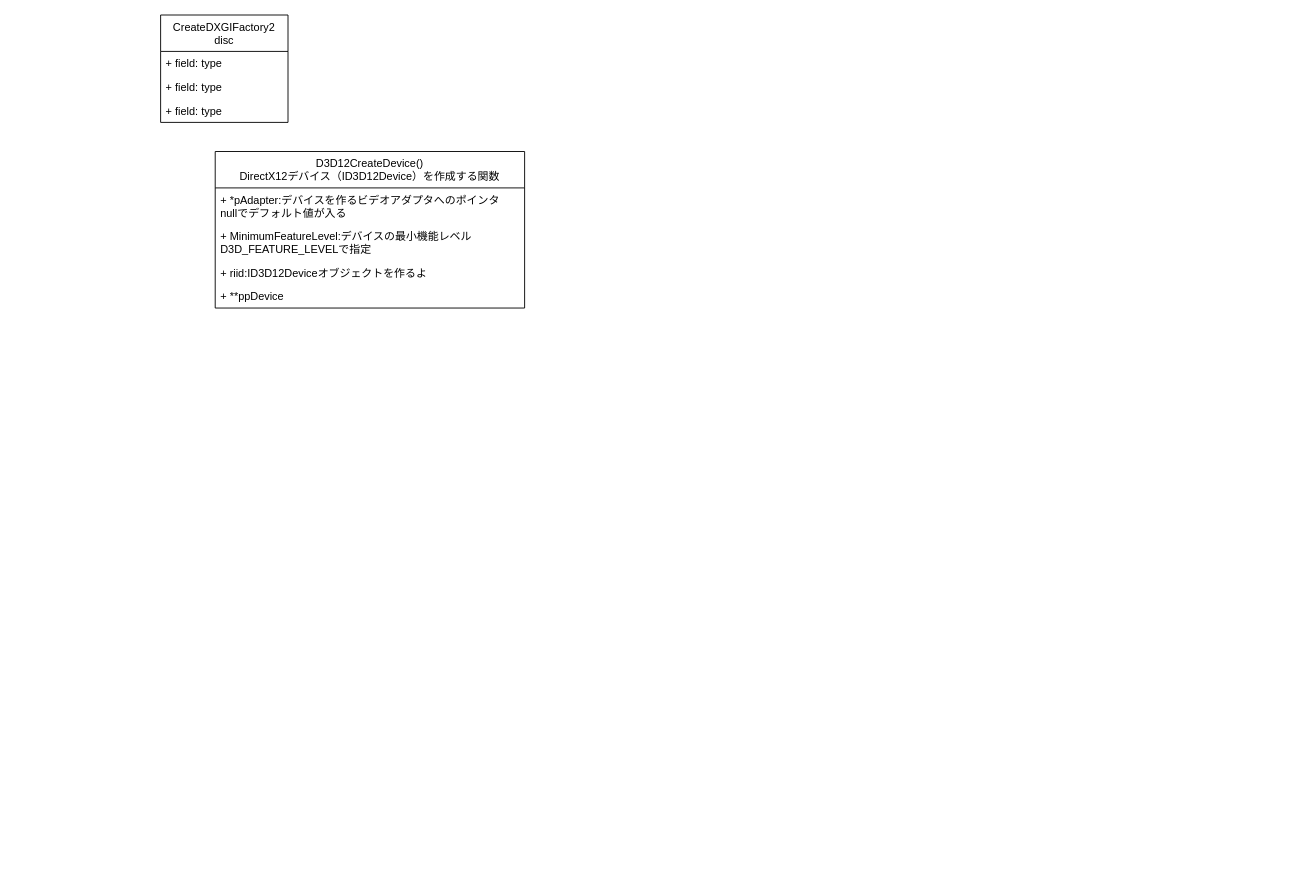
Above: page "ページ2" (2 of 2) of Directx12Overview.drawio in KominamiYuto/mypage (draw.io), before the change. Source tidied: cells renumbered, new cells numbered last; positions are measured from the earlier drawing's top-left corner, leaving out a move shared by most shapes. Both pictures are drawn from the tidied source at 91%, with x=0, y=0 at pixel (160, 15).
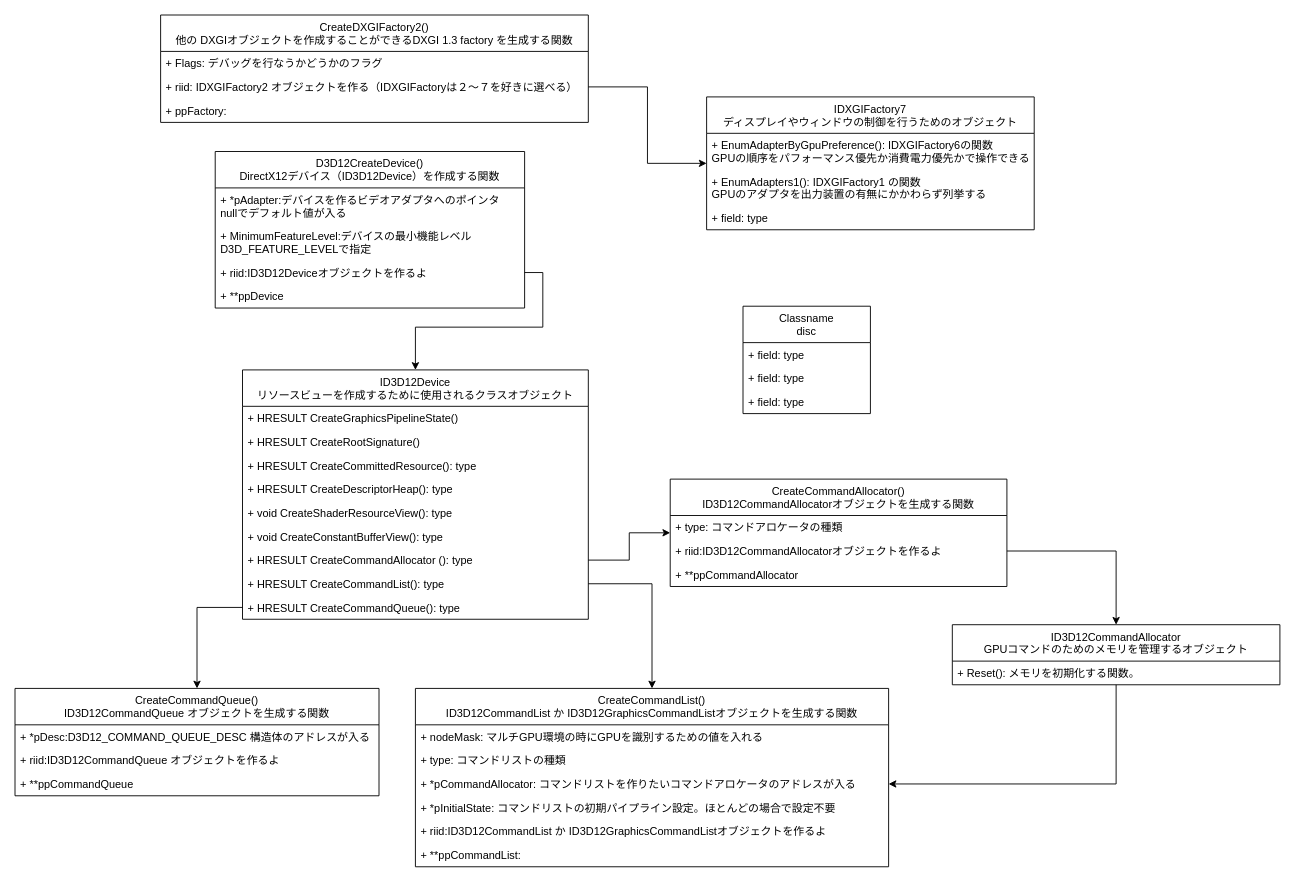
Above is the later version.

Commit message:
Directx12Overview.drawio を更新します

Unchanged cells that the change refers to:
```xml
<mxCell id="5" value="+ riid:ID3D12Deviceオブジェクトを作るよ" style="text;strokeColor=none;fillColor=none;align=left;verticalAlign=top;spacingLeft=4;spacingRight=4;overflow=hidden;points=[[0,0.5],[1,0.5]];portConstraint=eastwest;" parent="2" vertex="1">
  <mxGeometry y="120" width="340" height="26" as="geometry" />
</mxCell>
```

The edit, as a diff of the source:
```diff
@@
-    <mxCell id="7" value="CreateDXGIFactory2&#10;disc" style="swimlane;fontStyle=0;horizontal=1;startSize=40;fillColor=none;" parent="1" vertex="1">
-      <mxGeometry width="140" height="118" as="geometry" />
+    <mxCell id="7" value="CreateDXGIFactory2()&#10;他の DXGIオブジェクトを作成することができるDXGI 1.3 factory を生成する関数" style="swimlane;fontStyle=0;horizontal=1;startSize=40;fillColor=none;" parent="1" vertex="1">
+      <mxGeometry width="470" height="118" as="geometry" />
     </mxCell>
-    <mxCell id="8" value="+ field: type" style="text;strokeColor=none;fillColor=none;align=left;verticalAlign=top;spacingLeft=4;spacingRight=4;overflow=hidden;" parent="7" vertex="1">
-      <mxGeometry y="40" width="140" height="26" as="geometry" />
+    <mxCell id="8" value="+ Flags: デバッグを行なうかどうかのフラグ" style="text;strokeColor=none;fillColor=none;align=left;verticalAlign=top;spacingLeft=4;spacingRight=4;overflow=hidden;" parent="7" vertex="1">
+      <mxGeometry y="40" width="470" height="26" as="geometry" />
     </mxCell>
-    <mxCell id="9" value="+ field: type" style="text;strokeColor=none;fillColor=none;align=left;verticalAlign=top;spacingLeft=4;spacingRight=4;overflow=hidden;points=[[0,0.5],[1,0.5]];portConstraint=eastwest;" parent="7" vertex="1">
-      <mxGeometry y="66" width="140" height="26" as="geometry" />
+    <mxCell id="9" value="+ riid: IDXGIFactory2 オブジェクトを作る（IDXGIFactoryは２～７を好きに選べる）" style="text;strokeColor=none;fillColor=none;align=left;verticalAlign=top;spacingLeft=4;spacingRight=4;overflow=hidden;points=[[0,0.5],[1,0.5]];portConstraint=eastwest;" parent="7" vertex="1">
+      <mxGeometry y="66" width="470" height="26" as="geometry" />
     </mxCell>
-    <mxCell id="10" value="+ field: type" style="text;strokeColor=none;fillColor=none;align=left;verticalAlign=top;spacingLeft=4;spacingRight=4;overflow=hidden;" parent="7" vertex="1">
-      <mxGeometry y="92" width="140" height="26" as="geometry" />
+    <mxCell id="10" value="+ ppFactory: " style="text;strokeColor=none;fillColor=none;align=left;verticalAlign=top;spacingLeft=4;spacingRight=4;overflow=hidden;" parent="7" vertex="1">
+      <mxGeometry y="92" width="470" height="26" as="geometry" />
     </mxCell>
+    <mxCell id="11" value="Classname&#10;disc" style="swimlane;fontStyle=0;horizontal=1;startSize=40;fillColor=none;" parent="1" vertex="1">
+      <mxGeometry x="640" y="320" width="140" height="118" as="geometry" />
+    </mxCell>
+    <mxCell id="12" value="+ field: type" style="text;strokeColor=none;fillColor=none;align=left;verticalAlign=top;spacingLeft=4;spacingRight=4;overflow=hidden;" parent="11" vertex="1">
+      <mxGeometry y="40" width="140" height="26" as="geometry" />
+    </mxCell>
+    <mxCell id="13" value="+ field: type" style="text;strokeColor=none;fillColor=none;align=left;verticalAlign=top;spacingLeft=4;spacingRight=4;overflow=hidden;" parent="11" vertex="1">
+      <mxGeometry y="66" width="140" height="26" as="geometry" />
+    </mxCell>
+    <mxCell id="14" value="+ field: type" style="text;strokeColor=none;fillColor=none;align=left;verticalAlign=top;spacingLeft=4;spacingRight=4;overflow=hidden;" parent="11" vertex="1">
+      <mxGeometry y="92" width="140" height="26" as="geometry" />
+    </mxCell>
+    <mxCell id="15" value="ID3D12Device&#10;リソースビューを作成するために使用されるクラスオブジェクト" style="swimlane;fontStyle=0;horizontal=1;startSize=40;fillColor=none;" parent="1" vertex="1">
+      <mxGeometry x="90" y="390" width="380" height="274" as="geometry" />
+    </mxCell>
+    <mxCell id="16" value="+ HRESULT CreateGraphicsPipelineState()" style="text;strokeColor=none;fillColor=none;align=left;verticalAlign=top;spacingLeft=4;spacingRight=4;overflow=hidden;" parent="15" vertex="1">
+      <mxGeometry y="40" width="380" height="26" as="geometry" />
+    </mxCell>
+    <mxCell id="17" value="+ HRESULT CreateRootSignature() " style="text;strokeColor=none;fillColor=none;align=left;verticalAlign=top;spacingLeft=4;spacingRight=4;overflow=hidden;" parent="15" vertex="1">
+      <mxGeometry y="66" width="380" height="26" as="geometry" />
+    </mxCell>
+    <mxCell id="18" value="+ HRESULT CreateCommittedResource(): type" style="text;strokeColor=none;fillColor=none;align=left;verticalAlign=top;spacingLeft=4;spacingRight=4;overflow=hidden;" parent="15" vertex="1">
+      <mxGeometry y="92" width="380" height="26" as="geometry" />
+    </mxCell>
+    <mxCell id="19" value="+ HRESULT CreateDescriptorHeap(): type" style="text;strokeColor=none;fillColor=none;align=left;verticalAlign=top;spacingLeft=4;spacingRight=4;overflow=hidden;" parent="15" vertex="1">
+      <mxGeometry y="118" width="380" height="26" as="geometry" />
+    </mxCell>
+    <mxCell id="20" value="+ void CreateShaderResourceView(): type" style="text;strokeColor=none;fillColor=none;align=left;verticalAlign=top;spacingLeft=4;spacingRight=4;overflow=hidden;" parent="15" vertex="1">
+      <mxGeometry y="144" width="380" height="26" as="geometry" />
+    </mxCell>
+    <mxCell id="21" value="+ void CreateConstantBufferView(): type" style="text;strokeColor=none;fillColor=none;align=left;verticalAlign=top;spacingLeft=4;spacingRight=4;overflow=hidden;" parent="15" vertex="1">
+      <mxGeometry y="170" width="380" height="26" as="geometry" />
+    </mxCell>
+    <mxCell id="22" value="+ HRESULT CreateCommandAllocator (): type" style="text;strokeColor=none;fillColor=none;align=left;verticalAlign=top;spacingLeft=4;spacingRight=4;overflow=hidden;points=[[0,0.5],[1,0.5]];portConstraint=eastwest;" parent="15" vertex="1">
+      <mxGeometry y="196" width="380" height="26" as="geometry" />
+    </mxCell>
+    <mxCell id="23" value="+ HRESULT CreateCommandList(): type" style="text;strokeColor=none;fillColor=none;align=left;verticalAlign=top;spacingLeft=4;spacingRight=4;overflow=hidden;points=[[0,0.5],[1,0.5]];portConstraint=eastwest;" parent="15" vertex="1">
+      <mxGeometry y="222" width="380" height="26" as="geometry" />
+    </mxCell>
+    <mxCell id="24" value="+ HRESULT CreateCommandQueue(): type" style="text;strokeColor=none;fillColor=none;align=left;verticalAlign=top;spacingLeft=4;spacingRight=4;overflow=hidden;points=[[0,0.5],[1,0.5]];portConstraint=eastwest;" parent="15" vertex="1">
+      <mxGeometry y="248" width="380" height="26" as="geometry" />
+    </mxCell>
+    <mxCell id="25" style="edgeStyle=orthogonalEdgeStyle;rounded=0;jettySize=auto;html=1;" parent="1" edge="1" source="5" target="15">
+      <mxGeometry relative="1" as="geometry" />
+    </mxCell>
+    <mxCell id="26" value="IDXGIFactory7&#10;ディスプレイやウィンドウの制御を行うためのオブジェクト" style="swimlane;fontStyle=0;horizontal=1;startSize=40;fillColor=none;" parent="1" vertex="1">
+      <mxGeometry x="600" y="90" width="360" height="146" as="geometry" />
+    </mxCell>
+    <mxCell id="27" value="+ EnumAdapterByGpuPreference(): IDXGIFactory6の関数&#10;GPUの順序をパフォーマンス優先か消費電力優先かで操作できる" style="text;strokeColor=none;fillColor=none;align=left;verticalAlign=top;spacingLeft=4;spacingRight=4;overflow=hidden;" parent="26" vertex="1">
+      <mxGeometry y="40" width="360" height="40" as="geometry" />
+    </mxCell>
+    <mxCell id="28" value="+ EnumAdapters1(): IDXGIFactory1 の関数&#10;GPUのアダプタを出力装置の有無にかかわらず列挙する" style="text;strokeColor=none;fillColor=none;align=left;verticalAlign=top;spacingLeft=4;spacingRight=4;overflow=hidden;" parent="26" vertex="1">
+      <mxGeometry y="80" width="360" height="40" as="geometry" />
+    </mxCell>
+    <mxCell id="29" value="+ field: type" style="text;strokeColor=none;fillColor=none;align=left;verticalAlign=top;spacingLeft=4;spacingRight=4;overflow=hidden;" parent="26" vertex="1">
+      <mxGeometry y="120" width="360" height="26" as="geometry" />
+    </mxCell>
+    <mxCell id="30" style="edgeStyle=orthogonalEdgeStyle;rounded=0;jettySize=auto;html=1;" parent="1" edge="1" source="9" target="26">
+      <mxGeometry relative="1" as="geometry" />
+    </mxCell>
+    <mxCell id="31" value="CreateCommandAllocator()&#10;ID3D12CommandAllocatorオブジェクトを生成する関数" style="swimlane;fontStyle=0;horizontal=1;startSize=40;fillColor=none;" parent="1" vertex="1">
+      <mxGeometry x="560" y="510" width="370" height="118" as="geometry" />
+    </mxCell>
+    <mxCell id="32" value="+ type: コマンドアロケータの種類" style="text;strokeColor=none;fillColor=none;align=left;verticalAlign=top;spacingLeft=4;spacingRight=4;overflow=hidden;" parent="31" vertex="1">
+      <mxGeometry y="40" width="370" height="26" as="geometry" />
+    </mxCell>
+    <mxCell id="33" value="+ riid:ID3D12CommandAllocatorオブジェクトを作るよ" style="text;strokeColor=none;fillColor=none;align=left;verticalAlign=top;spacingLeft=4;spacingRight=4;overflow=hidden;points=[[0,0.5],[1,0.5]];portConstraint=eastwest;" parent="31" vertex="1">
+      <mxGeometry y="66" width="370" height="26" as="geometry" />
+    </mxCell>
+    <mxCell id="34" value="+ **ppCommandAllocator" style="text;strokeColor=none;fillColor=none;align=left;verticalAlign=top;spacingLeft=4;spacingRight=4;overflow=hidden;" parent="31" vertex="1">
+      <mxGeometry y="92" width="370" height="26" as="geometry" />
+    </mxCell>
+    <mxCell id="35" style="edgeStyle=orthogonalEdgeStyle;rounded=0;jettySize=auto;html=1;" parent="1" edge="1" source="22" target="31">
+      <mxGeometry relative="1" as="geometry" />
+    </mxCell>
+    <mxCell id="36" value="CreateCommandList()&#10;ID3D12CommandList か ID3D12GraphicsCommandListオブジェクトを生成する関数" style="swimlane;fontStyle=0;horizontal=1;startSize=40;fillColor=none;" parent="1" vertex="1">
+      <mxGeometry x="280" y="740" width="520" height="196" as="geometry" />
+    </mxCell>
+    <mxCell id="37" value="+ nodeMask: マルチGPU環境の時にGPUを識別するための値を入れる" style="text;strokeColor=none;fillColor=none;align=left;verticalAlign=top;spacingLeft=4;spacingRight=4;overflow=hidden;" parent="36" vertex="1">
+      <mxGeometry y="40" width="520" height="26" as="geometry" />
+    </mxCell>
+    <mxCell id="38" value="+ type: コマンドリストの種類" style="text;strokeColor=none;fillColor=none;align=left;verticalAlign=top;spacingLeft=4;spacingRight=4;overflow=hidden;" parent="36" vertex="1">
+      <mxGeometry y="66" width="520" height="26" as="geometry" />
+    </mxCell>
+    <mxCell id="39" value="+ *pCommandAllocator: コマンドリストを作りたいコマンドアロケータのアドレスが入る" style="text;strokeColor=none;fillColor=none;align=left;verticalAlign=top;spacingLeft=4;spacingRight=4;overflow=hidden;points=[[0,0.5],[1,0.5]];portConstraint=eastwest;" parent="36" vertex="1">
+      <mxGeometry y="92" width="520" height="26" as="geometry" />
+    </mxCell>
+    <mxCell id="40" value="+ *pInitialState: コマンドリストの初期パイプライン設定。ほとんどの場合で設定不要" style="text;strokeColor=none;fillColor=none;align=left;verticalAlign=top;spacingLeft=4;spacingRight=4;overflow=hidden;" parent="36" vertex="1">
+      <mxGeometry y="118" width="520" height="26" as="geometry" />
+    </mxCell>
+    <mxCell id="41" value="+ riid:ID3D12CommandList か ID3D12GraphicsCommandListオブジェクトを作るよ" style="text;strokeColor=none;fillColor=none;align=left;verticalAlign=top;spacingLeft=4;spacingRight=4;overflow=hidden;" parent="36" vertex="1">
+      <mxGeometry y="144" width="520" height="26" as="geometry" />
+    </mxCell>
+    <mxCell id="42" value="+ **ppCommandList:" style="text;strokeColor=none;fillColor=none;align=left;verticalAlign=top;spacingLeft=4;spacingRight=4;overflow=hidden;" parent="36" vertex="1">
+      <mxGeometry y="170" width="520" height="26" as="geometry" />
+    </mxCell>
+    <mxCell id="43" style="edgeStyle=orthogonalEdgeStyle;rounded=0;jettySize=auto;html=1;" parent="1" edge="1" source="23" target="36">
+      <mxGeometry relative="1" as="geometry" />
+    </mxCell>
+    <mxCell id="44" style="edgeStyle=orthogonalEdgeStyle;rounded=0;jettySize=auto;html=1;" parent="1" edge="1" source="45" target="39">
+      <mxGeometry relative="1" as="geometry" />
+    </mxCell>
+    <mxCell id="45" value="ID3D12CommandAllocator&#10;GPUコマンドのためのメモリを管理するオブジェクト" style="swimlane;fontStyle=0;horizontal=1;startSize=40;fillColor=none;" parent="1" vertex="1">
+      <mxGeometry x="870" y="670" width="360" height="66" as="geometry" />
+    </mxCell>
+    <mxCell id="46" value="+ Reset(): メモリを初期化する関数。" style="text;strokeColor=none;fillColor=none;align=left;verticalAlign=top;spacingLeft=4;spacingRight=4;overflow=hidden;" parent="45" vertex="1">
+      <mxGeometry y="40" width="360" height="26" as="geometry" />
+    </mxCell>
+    <mxCell id="47" style="edgeStyle=orthogonalEdgeStyle;rounded=0;jettySize=auto;html=1;" parent="1" edge="1" source="33" target="45">
+      <mxGeometry relative="1" as="geometry" />
+    </mxCell>
+    <mxCell id="48" value="CreateCommandQueue()&#10;ID3D12CommandQueue オブジェクトを生成する関数" style="swimlane;fontStyle=0;horizontal=1;startSize=40;fillColor=none;" parent="1" vertex="1">
+      <mxGeometry x="-160" y="740" width="400" height="118" as="geometry" />
+    </mxCell>
+    <mxCell id="49" value="+ *pDesc:D3D12_COMMAND_QUEUE_DESC 構造体のアドレスが入る" style="text;strokeColor=none;fillColor=none;align=left;verticalAlign=top;spacingLeft=4;spacingRight=4;overflow=hidden;" parent="48" vertex="1">
+      <mxGeometry y="40" width="400" height="26" as="geometry" />
+    </mxCell>
+    <mxCell id="50" value="+ riid:ID3D12CommandQueue オブジェクトを作るよ" style="text;strokeColor=none;fillColor=none;align=left;verticalAlign=top;spacingLeft=4;spacingRight=4;overflow=hidden;" parent="48" vertex="1">
+      <mxGeometry y="66" width="400" height="26" as="geometry" />
+    </mxCell>
+    <mxCell id="51" value="+ **ppCommandQueue" style="text;strokeColor=none;fillColor=none;align=left;verticalAlign=top;spacingLeft=4;spacingRight=4;overflow=hidden;" parent="48" vertex="1">
+      <mxGeometry y="92" width="400" height="26" as="geometry" />
+    </mxCell>
+    <mxCell id="52" style="edgeStyle=orthogonalEdgeStyle;rounded=0;jettySize=auto;html=1;" parent="1" edge="1" source="24" target="48">
+      <mxGeometry relative="1" as="geometry" />
+    </mxCell>
```
